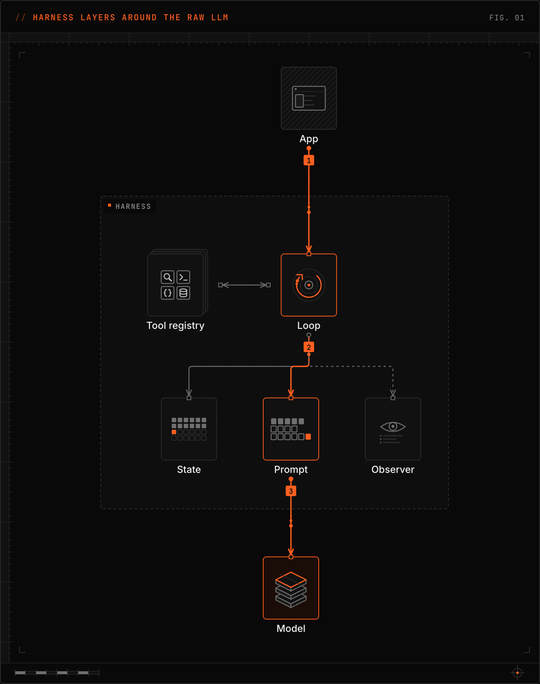
The Mermaid diagram static/images/diagrams/agent-harnesses/harness-layers.dark.png in ninadpathak/ninadpathak, before a commit. Its source is kept beside it as content/diagrams/agent-harnesses/harness-layers.mmd.
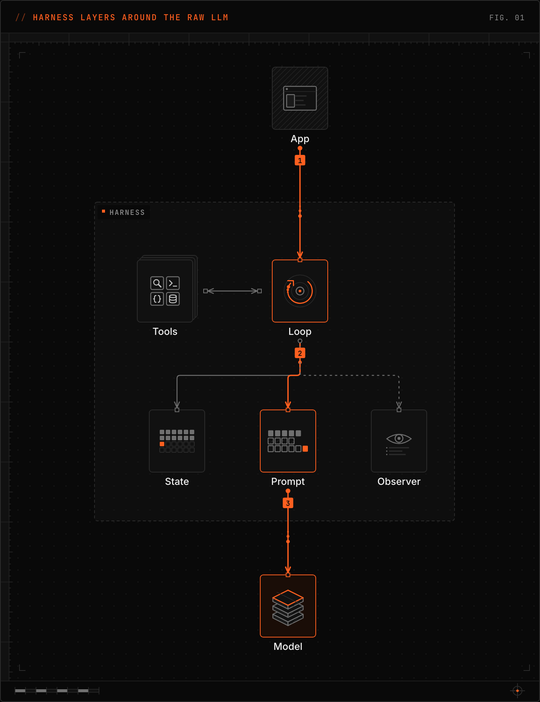
The same file after the commit.

Commit message:
Label the harness tools tile Tools on every width and give its fan-out room

Diff of the diagram source:
```diff
@@ -4,7 +4,7 @@
     direction TB
     subgraph row1 [ ]
       direction LR
-      tools["Tool registry"]:::stack
+      tools["Tools"]:::stack
       loop["Loop"]:::accent
     end
     state["State"]
```
